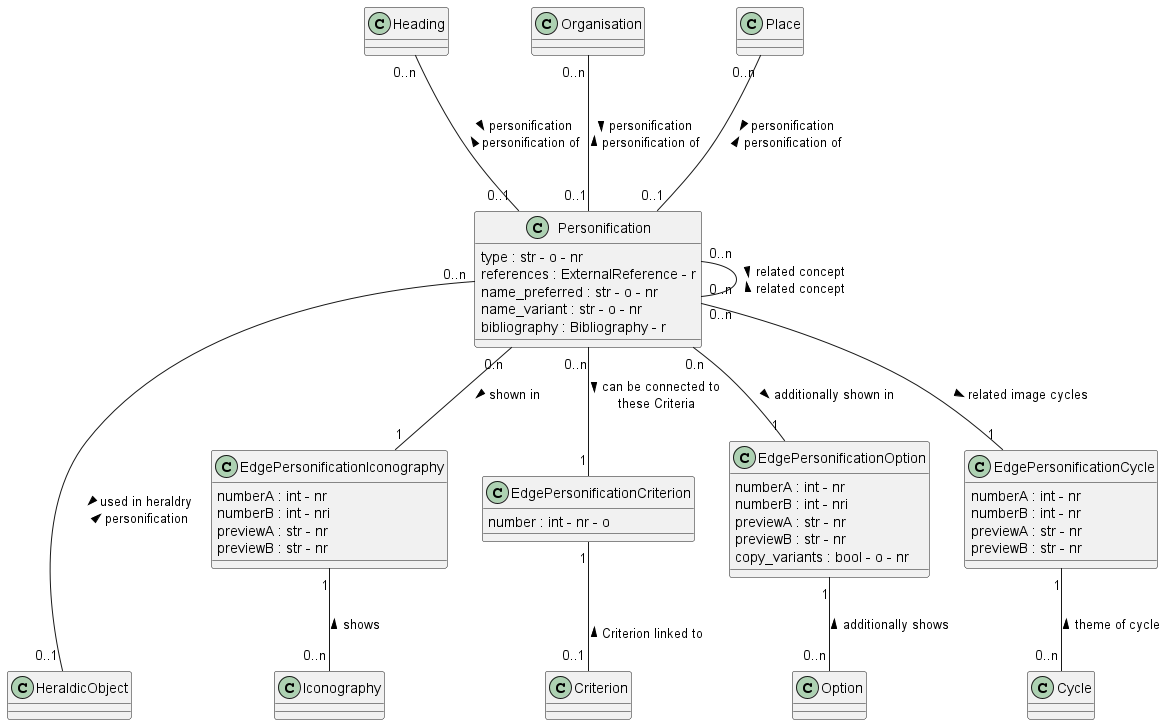
Above: documentation/class_diagrams/Personification.png in tmasch/bpf_be (PlantUML), before the change. Its diagram source:
```plantuml
@startuml Personification
class Personification
Personification : type : str - o - nr
Personification : references : ExternalReference - r
Personification : name_preferred : str - o - nr
Personification : name_variant : str - o - nr
Personification : bibliography : Bibliography - r

class Heading

class Organisation

class Place

class Iconography

class Criterion

class Option

class Cycle

class HeraldicObject


class EdgePersonificationIconography
EdgePersonificationIconography : numberA : int - nr
EdgePersonificationIconography : numberB : int - nri
EdgePersonificationIconography : previewA : str - nr
EdgePersonificationIconography : previewB : str - nr

class EdgePersonificationCriterion
EdgePersonificationCriterion : number : int - nr - o

class EdgePersonificationOption
EdgePersonificationOption : numberA : int - nr
EdgePersonificationOption : numberB : int - nri
EdgePersonificationOption : previewA : str - nr
EdgePersonificationOption : previewB : str - nr
EdgePersonificationOption : copy_variants : bool - o - nr

class EdgePersonificationCycle
EdgePersonificationCycle : numberA : int - nr
EdgePersonificationCycle : numberB : int - nr
EdgePersonificationCycle : previewA : str - nr
EdgePersonificationCycle : previewB : str - nr


Heading "0..n" --- "0..1" Personification: > personification \n personification of <

Organisation "0..n" --- "0..1" Personification: > personification \n personification of <

Place "0..n" --- "0..1" Personification: > personification \n personification of <

Personification "0..n" -- "0..n" Personification : > related concept \n related concept <

Personification "0.n" -- "1" EdgePersonificationIconography : shown in >
EdgePersonificationIconography "1" -- "0..n" Iconography : shows <

Personification "0..n" -- "1" EdgePersonificationCriterion : > can be connected to \n these Criteria
EdgePersonificationCriterion "1" -- "0..1" Criterion : \n Criterion linked to <

Personification "0.n" -- "1" EdgePersonificationOption : additionally shown in >
EdgePersonificationOption "1" -- "0..n" Option : additionally shows <

Personification "0..n" -- "1" EdgePersonificationCycle : related image cycles >
EdgePersonificationCycle "1" -- "0..n" Cycle : theme of cycle <

Personification "0..n" --- "0..1" HeraldicObject : > used in heraldry \n personification <



@enduml
```
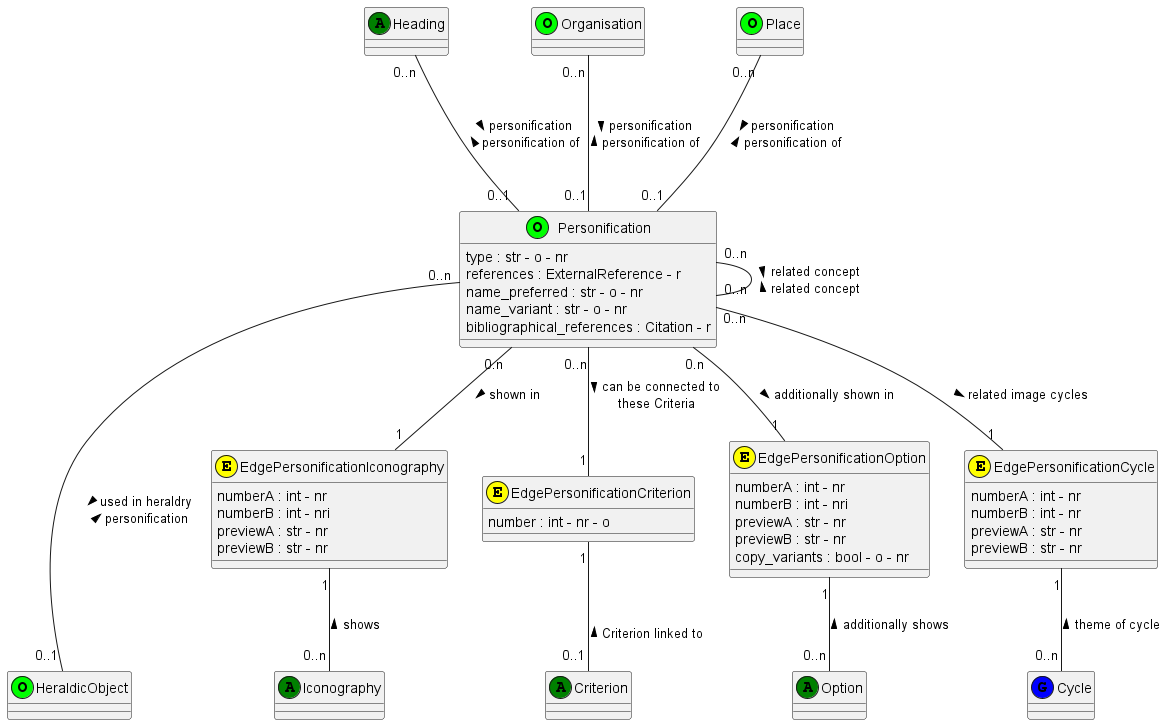
After the change.

The edit, as a diff of the source:
```diff
@@ -1,45 +1,45 @@
 @startuml Personification
-class Personification
+class Personification <<(O,lime)>>
 Personification : type : str - o - nr
 Personification : references : ExternalReference - r
 Personification : name_preferred : str - o - nr
 Personification : name_variant : str - o - nr
-Personification : bibliography : Bibliography - r
+Personification : bibliographical_references : Citation - r
 
-class Heading
+class Heading <<(A,green)>>
 
-class Organisation
+class Organisation <<(O,lime)>>
 
-class Place
+class Place <<(O,lime)>>
 
-class Iconography
+class Iconography <<(A,green)>>
 
-class Criterion
+class Criterion <<(A,green)>>
 
-class Option
+class Option  <<(A,green)>>
 
-class Cycle
+class Cycle <<(G,blue)>>
 
-class HeraldicObject
+class HeraldicObject <<(O,lime)>>
 
 
-class EdgePersonificationIconography
+class EdgePersonificationIconography <<(E,yellow)>>
 EdgePersonificationIconography : numberA : int - nr
 EdgePersonificationIconography : numberB : int - nri
 EdgePersonificationIconography : previewA : str - nr
 EdgePersonificationIconography : previewB : str - nr
 
-class EdgePersonificationCriterion
+class EdgePersonificationCriterion <<(E,yellow)>>
 EdgePersonificationCriterion : number : int - nr - o
 
-class EdgePersonificationOption
+class EdgePersonificationOption <<(E,yellow)>>
 EdgePersonificationOption : numberA : int - nr
 EdgePersonificationOption : numberB : int - nri
 EdgePersonificationOption : previewA : str - nr
 EdgePersonificationOption : previewB : str - nr
 EdgePersonificationOption : copy_variants : bool - o - nr
 
-class EdgePersonificationCycle
+class EdgePersonificationCycle <<(E,yellow)>>
 EdgePersonificationCycle : numberA : int - nr
 EdgePersonificationCycle : numberB : int - nr
 EdgePersonificationCycle : previewA : str - nr
```
